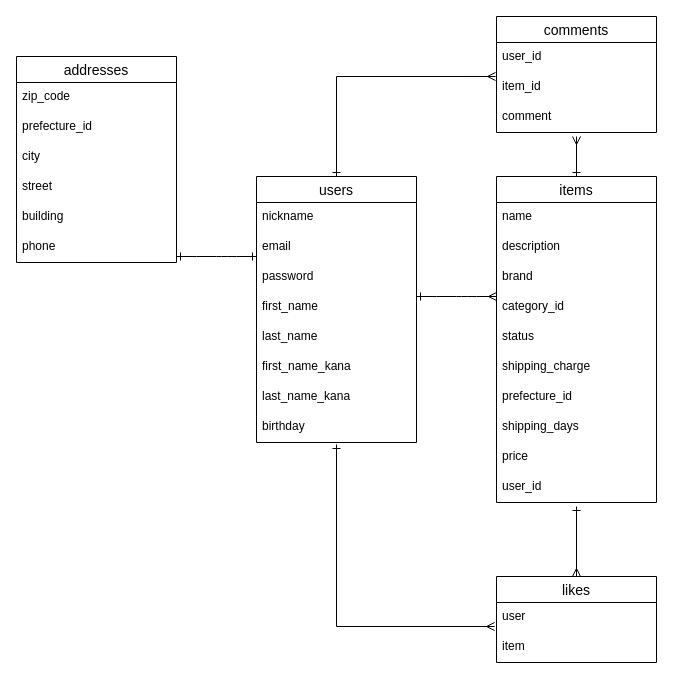
Before: test.dio in emi0121/furima-39164, a draw.io diagram. Source tidied: cells renumbered, new cells numbered last; positions are measured from the earlier drawing's top-left corner, leaving out a move shared by most shapes. Both pictures are drawn from the tidied source at 100%, with x=0, y=0 at pixel (16, 16).
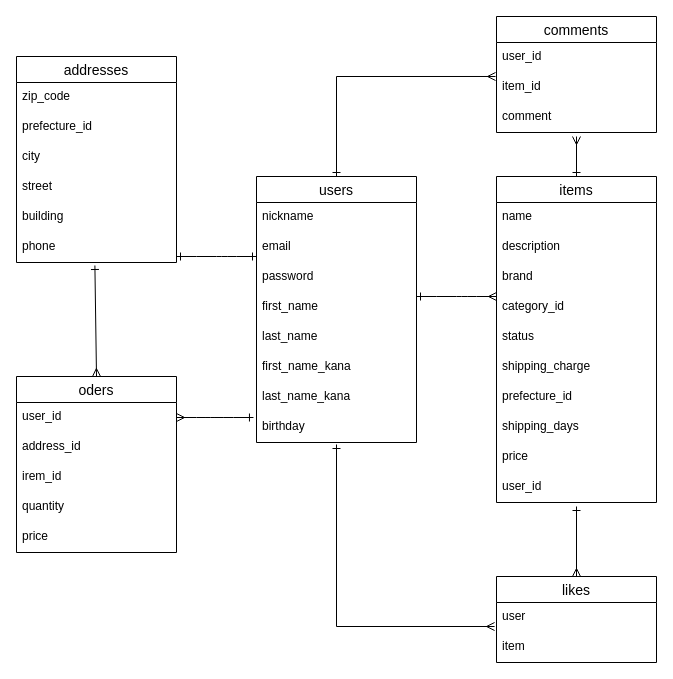
After the change.

The change refers to these unchanged cells:
```xml
<mxCell id="10" value="birthday" style="text;strokeColor=none;fillColor=none;spacingLeft=4;spacingRight=4;overflow=hidden;points=[[0,0.5],[1,0.5]];portConstraint=eastwest;fontSize=12;" parent="2" vertex="1">
  <mxGeometry y="236" width="160" height="30" as="geometry" />
</mxCell>
<mxCell id="17" value="phone" style="text;strokeColor=none;fillColor=none;spacingLeft=4;spacingRight=4;overflow=hidden;points=[[0,0.5],[1,0.5]];portConstraint=eastwest;fontSize=12;" parent="11" vertex="1">
  <mxGeometry y="176" width="160" height="30" as="geometry" />
</mxCell>
```

Diff of the diagram source:
```diff
@@
+    <mxCell id="42" value="oders" style="swimlane;fontStyle=0;horizontal=1;startSize=26;align=center;fontSize=14;" parent="1" vertex="1">
+      <mxGeometry y="360" width="160" height="176" as="geometry" />
+    </mxCell>
+    <mxCell id="43" value="user_id" style="text;strokeColor=none;fillColor=none;spacingLeft=4;spacingRight=4;overflow=hidden;points=[[0,0.5],[1,0.5]];portConstraint=eastwest;fontSize=12;" parent="42" vertex="1">
+      <mxGeometry y="26" width="160" height="30" as="geometry" />
+    </mxCell>
+    <mxCell id="44" value="address_id" style="text;strokeColor=none;fillColor=none;spacingLeft=4;spacingRight=4;overflow=hidden;fontSize=12;" parent="42" vertex="1">
+      <mxGeometry y="56" width="160" height="30" as="geometry" />
+    </mxCell>
+    <mxCell id="45" value="irem_id" style="text;strokeColor=none;fillColor=none;spacingLeft=4;spacingRight=4;overflow=hidden;fontSize=12;" parent="42" vertex="1">
+      <mxGeometry y="86" width="160" height="30" as="geometry" />
+    </mxCell>
+    <mxCell id="46" value="quantity" style="text;strokeColor=none;fillColor=none;spacingLeft=4;spacingRight=4;overflow=hidden;fontSize=12;" parent="42" vertex="1">
+      <mxGeometry y="116" width="160" height="30" as="geometry" />
+    </mxCell>
+    <mxCell id="47" value="price" style="text;strokeColor=none;fillColor=none;spacingLeft=4;spacingRight=4;overflow=hidden;fontSize=12;" parent="42" vertex="1">
+      <mxGeometry y="146" width="160" height="30" as="geometry" />
+    </mxCell>
+    <mxCell id="48" style="edgeStyle=entityRelationEdgeStyle;fontSize=12;html=1;endArrow=ERmany;startArrow=ERone;startFill=0;endFill=0;exitX=-0.019;exitY=0.167;exitDx=0;exitDy=0;exitPerimeter=0;" parent="1" edge="1" source="10" target="43">
+      <mxGeometry relative="1" as="geometry" />
+    </mxCell>
+    <mxCell id="49" style="fontSize=12;html=1;endArrow=ERmany;startArrow=ERone;startFill=0;endFill=0;exitX=0.49;exitY=1.1;exitDx=0;exitDy=0;exitPerimeter=0;entryX=0.5;entryY=0;entryDx=0;entryDy=0;" parent="1" edge="1" source="17" target="42">
+      <mxGeometry relative="1" as="geometry" />
+    </mxCell>
```
